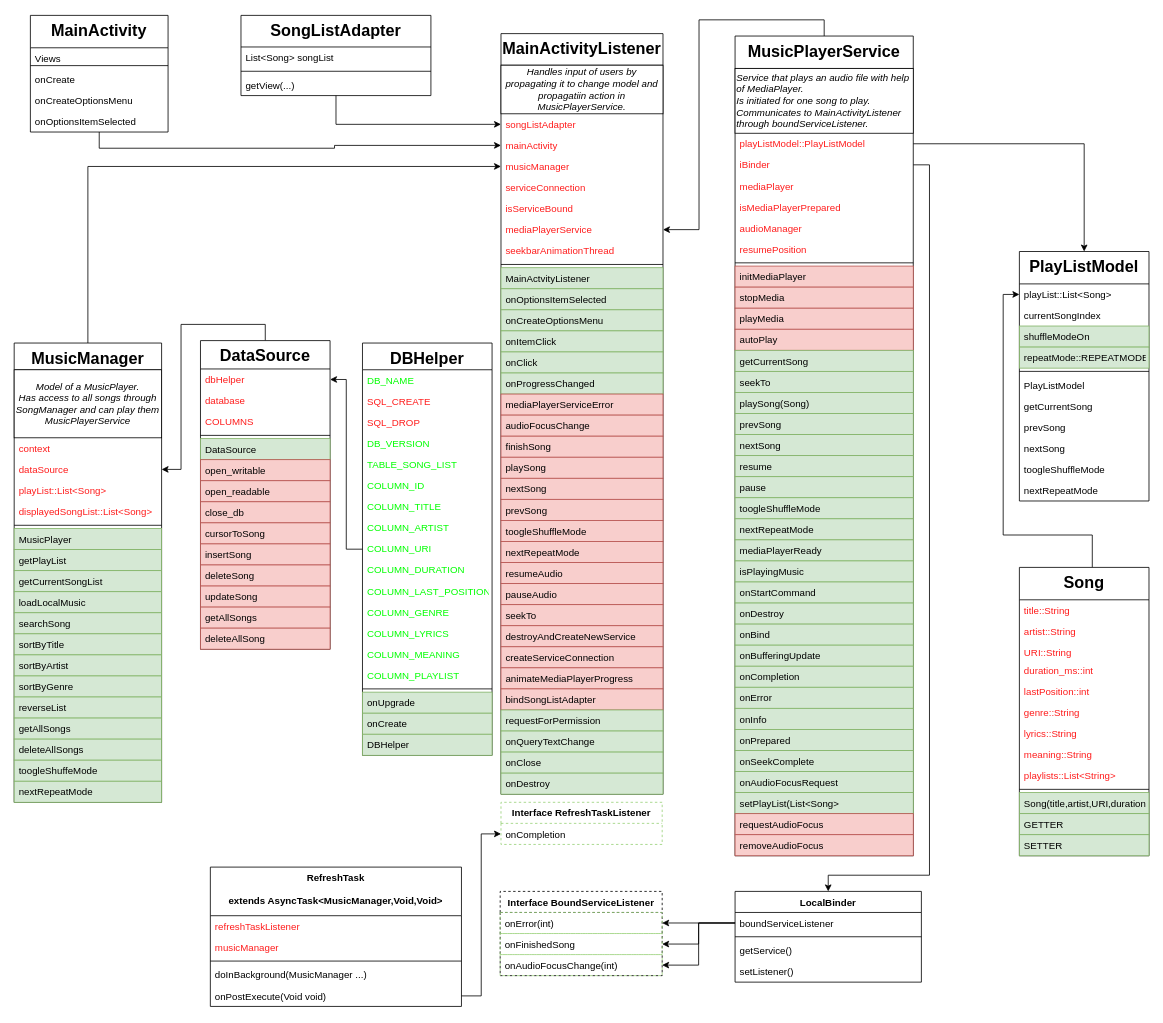
JohannesGrobelski/MoonstoneMusicPlayer keeps this draw.io diagram as klassendiagramm.drawio. Above is the earlier version. Source tidied: cells renumbered, new cells numbered last; positions are measured from the earlier drawing's top-left corner, leaving out a move shared by most shapes. Both pictures are drawn from the tidied source at 81%, with x=0, y=0 at pixel (14, 15).
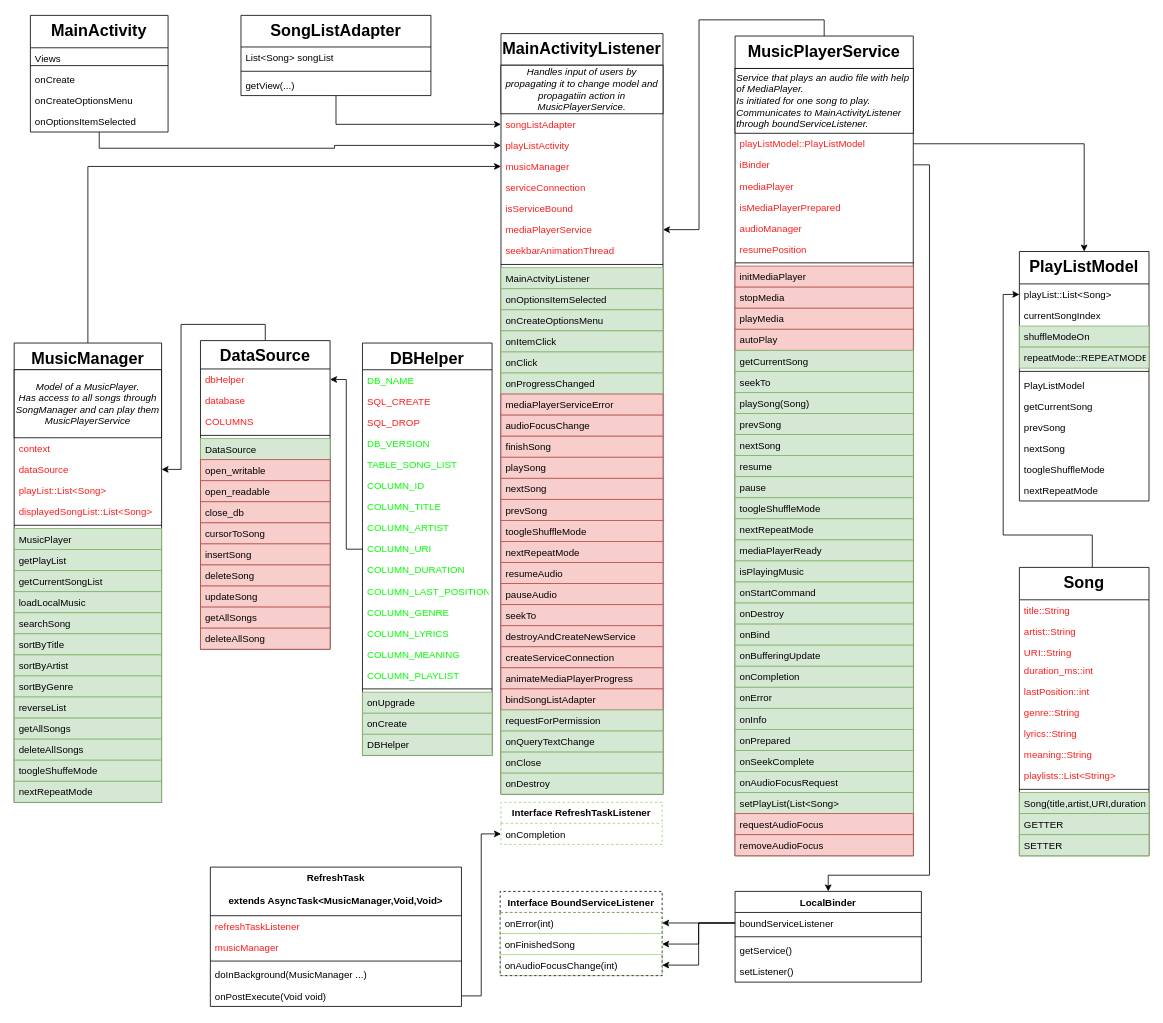
The same page after the edit.

Commit message (it also covers changes not shown here):
rename MainActivity to PlayListActivity

Unchanged cells that the change refers to:
```xml
<mxCell id="9" value="MainActivityListener" style="swimlane;fontStyle=1;align=center;verticalAlign=top;horizontal=1;startSize=39;rounded=0;shadow=0;strokeWidth=1;fontSize=20;" parent="1" vertex="1">
  <mxGeometry x="601" y="23" width="200" height="939" as="geometry" />
</mxCell>
```

The edit, as a diff of the source:
```diff
@@
-    <mxCell id="12" value="mainActivity" style="text;align=left;verticalAlign=top;spacingLeft=4;spacingRight=4;overflow=hidden;points=[[0,0.5],[1,0.5]];portConstraint=eastwest;fontColor=#FF1C1C;" parent="9" vertex="1">
+    <mxCell id="12" value="playListActivity" style="text;align=left;verticalAlign=top;spacingLeft=4;spacingRight=4;overflow=hidden;points=[[0,0.5],[1,0.5]];portConstraint=eastwest;fontColor=#FF1C1C;" parent="9" vertex="1">
       <mxGeometry y="125" width="200" height="26" as="geometry" />
     </mxCell>
```
